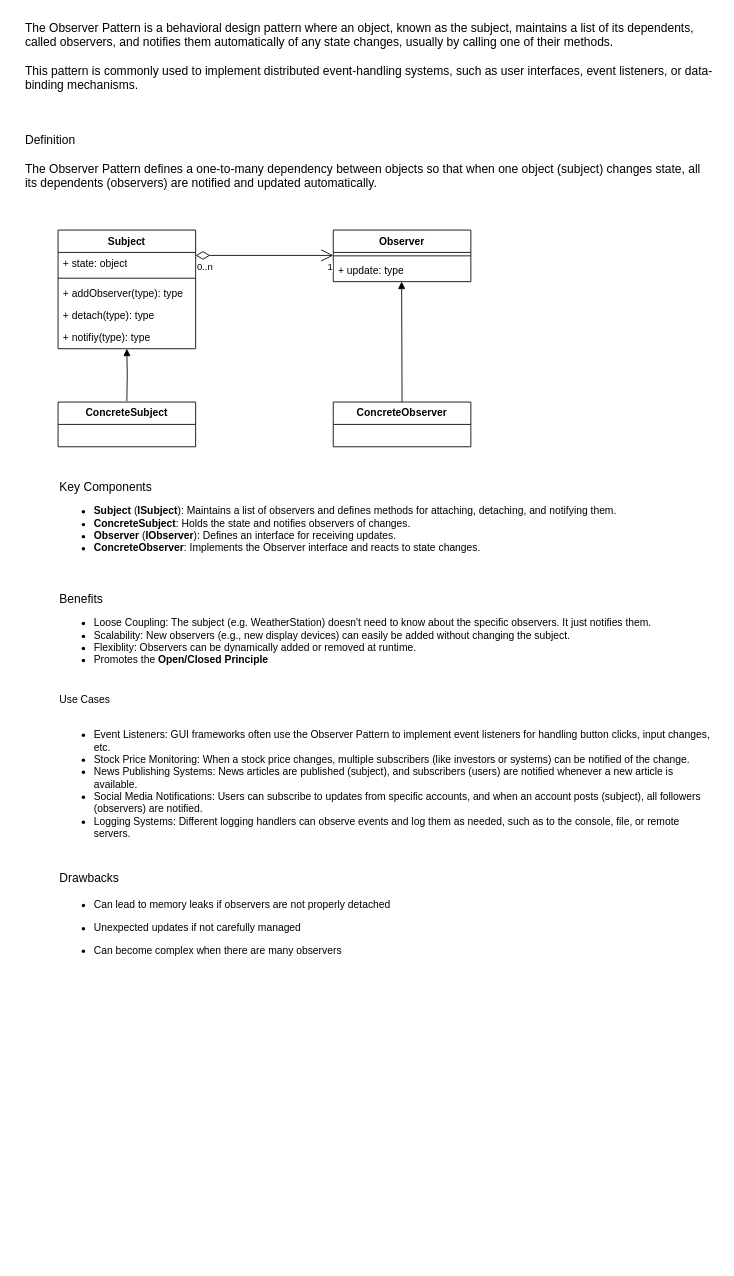
Above: Untitled Diagram.drawio in tyk1hc/drawio (draw.io), before the change. Source tidied: cells renumbered, new cells numbered last; positions are measured from the earlier drawing's top-left corner, leaving out a move shared by most shapes. Both pictures are drawn from the tidied source at 86%, with x=0, y=0 at pixel (23, 15).
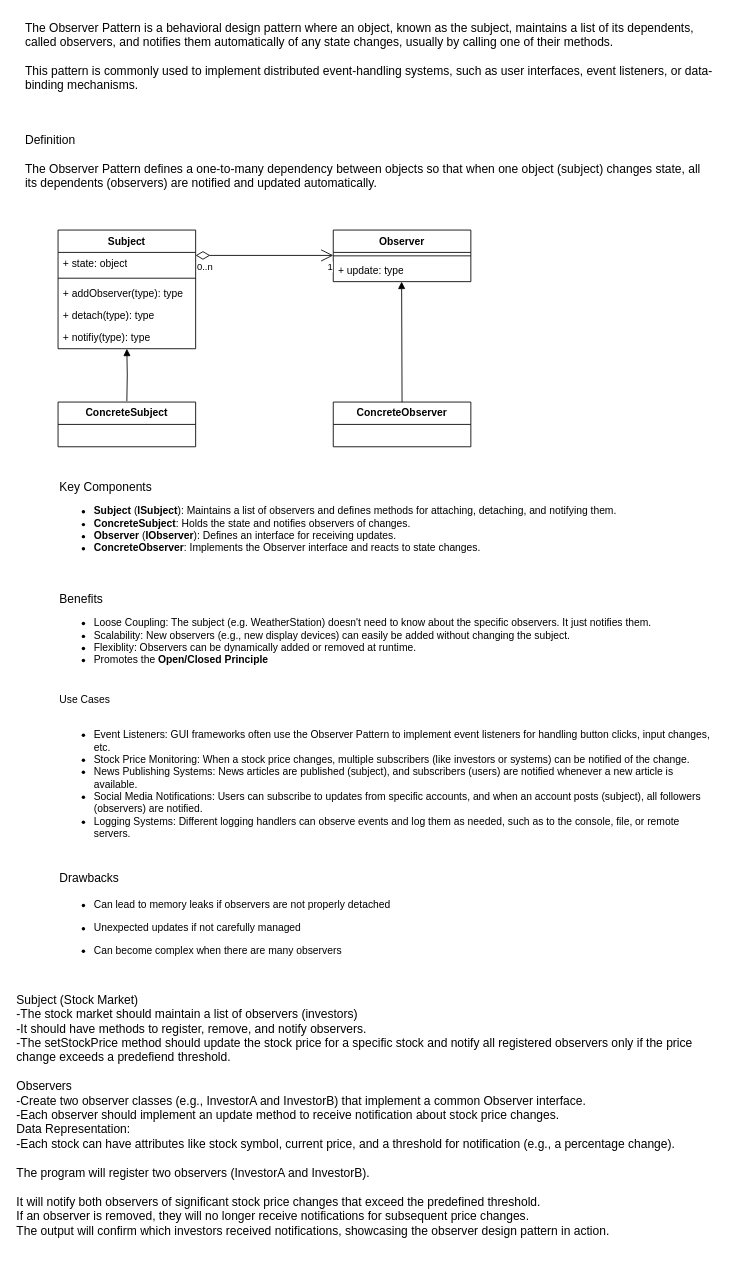
The same page after the edit.

What changed in the source:
```diff
@@
+    <mxCell id="24" value="Subject (Stock Market)&#10;-The stock market should maintain a list of observers (investors)&#10;-It should have methods to register, remove, and notify observers.&#10;-The setStockPrice method should update the stock price for a specific stock and notify all registered observers only if the price change exceeds a predefiend threshold.&#10;&#10;Observers&#10;-Create two observer classes (e.g., InvestorA and InvestorB) that implement a common Observer interface.&#10;-Each observer should implement an update method to receive notification about stock price changes.&#10;Data Representation:&#10;-Each stock can have attributes like stock symbol, current price, and a threshold for notification (e.g., a percentage change).&#10;&#10;The program will register two observers (InvestorA and InvestorB).&#10;&#10;It will notify both observers of significant stock price changes that exceed the predefined threshold.&#10;If an observer is removed, they will no longer receive notifications for subsequent price changes.&#10;The output will confirm which investors received notifications, showcasing the observer design pattern in action." style="text;whiteSpace=wrap;fontSize=14;" parent="1" vertex="1">
+      <mxGeometry x="-10" y="1130" width="810" height="320" as="geometry" />
+    </mxCell>
```
